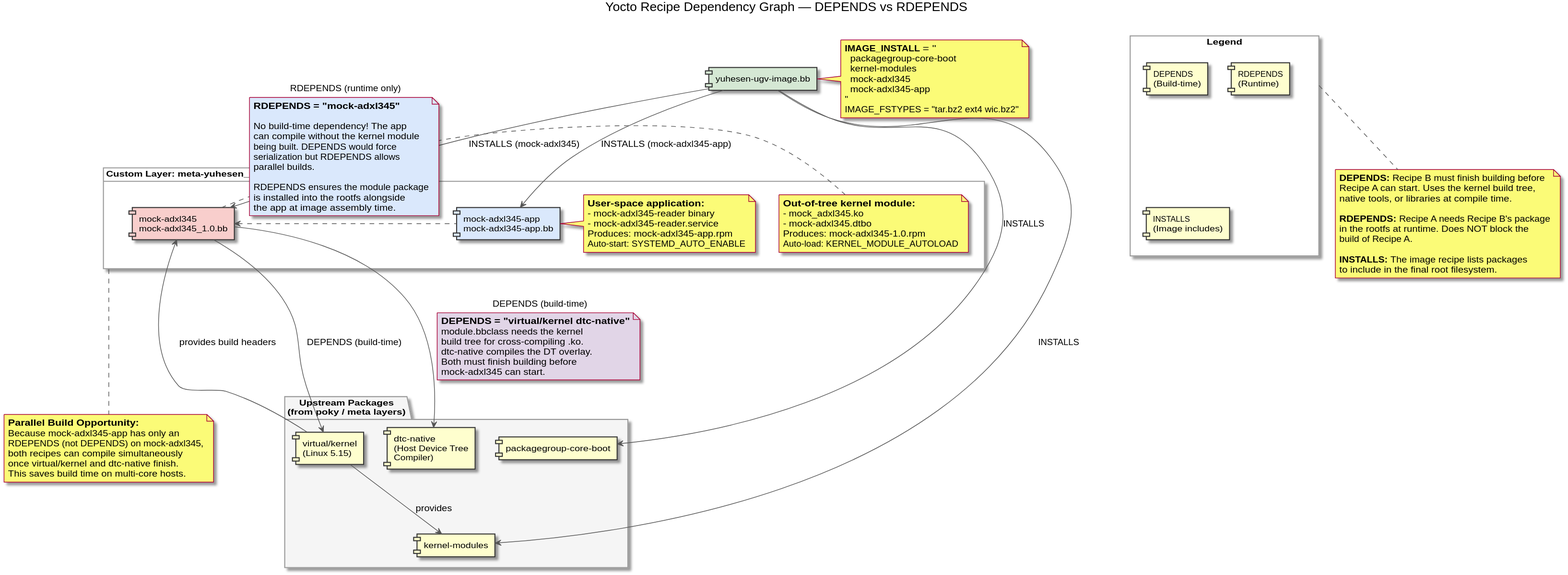
This is public/diagrams/recipe_dependency_graph.svg from rvxfahim/yocto-tutorial, a PlantUML export, as it was before one commit.
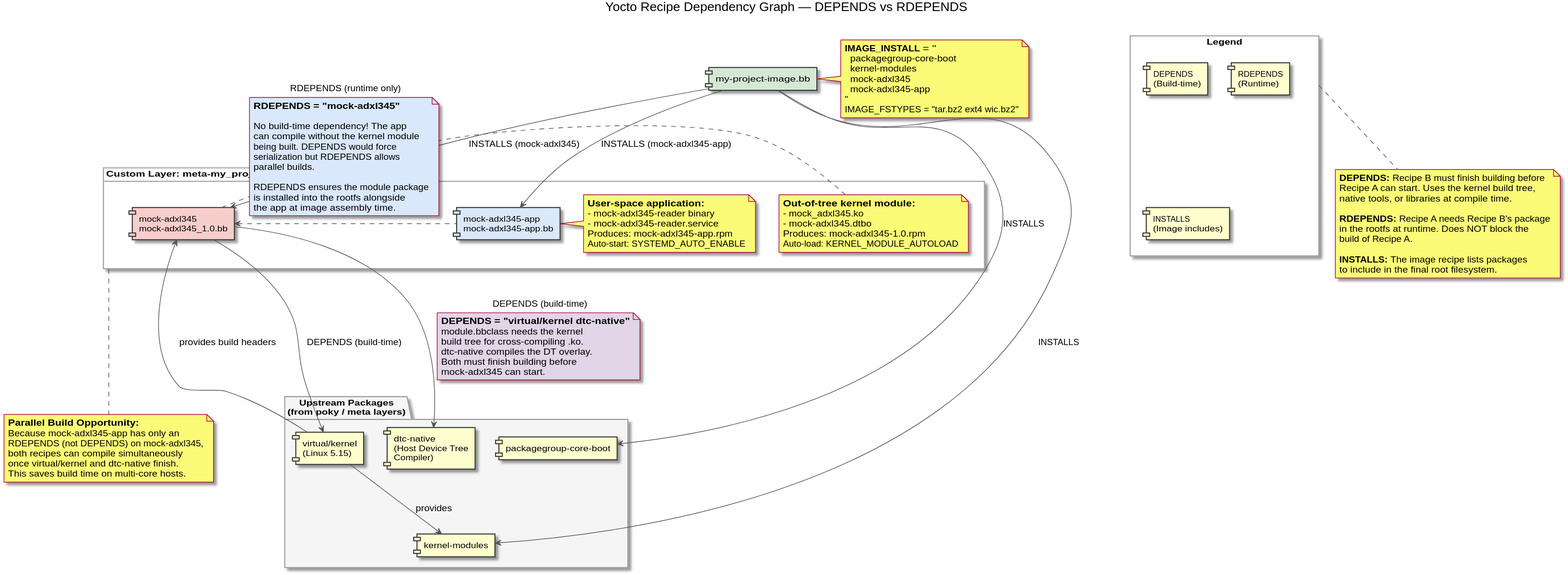
Later version of the same file.

The edit, as a diff of the source:
```diff
@@ -18,7 +18,7 @@
 
 title Yocto Recipe Dependency Graph — DEPENDS vs RDEPENDS
 
-component "yuhesen-ugv-image.bb" as Image #D5E8D4
+component "my-project-image.bb" as Image #D5E8D4
 note right of Image
   **IMAGE_INSTALL** = "
     packagegroup-core-boot
@@ -36,7 +36,7 @@
   component "dtc-native\n(Host Device Tree\nCompiler)" as DtcNative
 }
 
-package "Custom Layer: meta-yuhesen_ugv" as Custom #FFFFFF {
+package "Custom Layer: meta-my_project" as Custom #FFFFFF {
 
   component "mock-adxl345\nmock-adxl345_1.0.bb" as KmRecipe #F8CECC
   note right of KmRecipe
```
